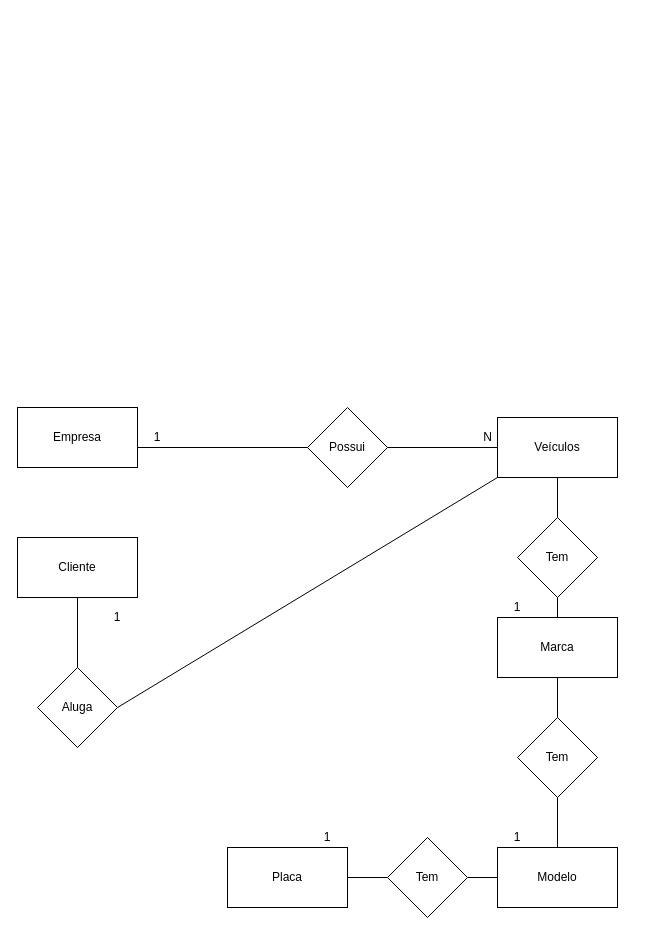
This is page "conceitual" (1 of 2) of exercicios/1.2-exercicio-locadora/senai_ex_1.2_draw.drawio from bren-lari/senai_sprint_1bd, a draw.io file, before an edit. Source tidied: cells renumbered, new cells numbered last; positions are measured from the earlier drawing's top-left corner, leaving out a move shared by most shapes. Both pictures are drawn from the tidied source at 100%, with x=0, y=0 at pixel (17, 407).
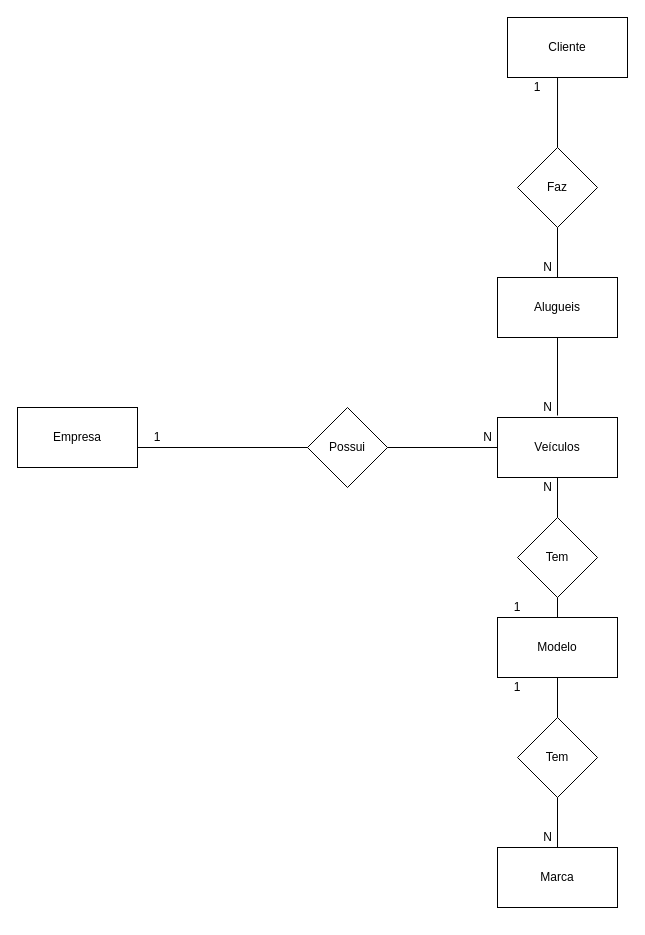
The same page after the edit.

Unchanged cells that the change refers to:
```xml
<mxCell id="3" value="Veículos" style="rounded=0;whiteSpace=wrap;html=1;" parent="1" vertex="1">
  <mxGeometry x="480" y="10" width="120" height="60" as="geometry" />
</mxCell>
```

Change to the diagram source:
```diff
@@
-    <mxCell id="10" value="Marca" style="rounded=0;whiteSpace=wrap;html=1;" parent="1" vertex="1">
+    <mxCell id="10" value="Modelo" style="rounded=0;whiteSpace=wrap;html=1;" parent="1" vertex="1">
       <mxGeometry x="480" y="210" width="120" height="60" as="geometry" />
     </mxCell>
-    <mxCell id="11" value="Placa" style="rounded=0;whiteSpace=wrap;html=1;" parent="1" vertex="1">
-      <mxGeometry x="210" y="440" width="120" height="60" as="geometry" />
-    </mxCell>
     <mxCell id="12" value="Cliente" style="rounded=0;whiteSpace=wrap;html=1;" parent="1" vertex="1">
-      <mxGeometry y="130" width="120" height="60" as="geometry" />
+      <mxGeometry x="490" y="-390" width="120" height="60" as="geometry" />
     </mxCell>
@@
-    <mxCell id="16" value="Modelo" style="rounded=0;whiteSpace=wrap;html=1;" parent="1" vertex="1">
+    <mxCell id="16" value="Marca" style="rounded=0;whiteSpace=wrap;html=1;" parent="1" vertex="1">
       <mxGeometry x="480" y="440" width="120" height="60" as="geometry" />
     </mxCell>
@@
     <mxCell id="21" value="1" style="text;html=1;strokeColor=none;fillColor=none;align=center;verticalAlign=middle;whiteSpace=wrap;rounded=0;" parent="1" vertex="1">
-      <mxGeometry x="480" y="420" width="40" height="20" as="geometry" />
+      <mxGeometry x="480" y="270" width="40" height="20" as="geometry" />
     </mxCell>
-    <mxCell id="22" value="Tem" style="rhombus;whiteSpace=wrap;html=1;" parent="1" vertex="1">
-      <mxGeometry x="370" y="430" width="80" height="80" as="geometry" />
-    </mxCell>
-    <mxCell id="23" style="endArrow=none;html=1;entryX=0;entryY=0.5;entryDx=0;entryDy=0;" parent="1" edge="1" target="16">
-      <mxGeometry relative="1" as="geometry">
-        <mxPoint x="450" y="470" as="sourcePoint" />
-      </mxGeometry>
-    </mxCell>
-    <mxCell id="24" style="endArrow=none;html=1;exitX=1;exitY=0.5;exitDx=0;exitDy=0;" parent="1" edge="1" source="11">
-      <mxGeometry relative="1" as="geometry">
-        <mxPoint x="370" y="470" as="targetPoint" />
-      </mxGeometry>
-    </mxCell>
-    <mxCell id="25" value="Aluga" style="rhombus;whiteSpace=wrap;html=1;" parent="1" vertex="1">
-      <mxGeometry x="20" y="260" width="80" height="80" as="geometry" />
+    <mxCell id="25" value="Faz" style="rhombus;whiteSpace=wrap;html=1;" parent="1" vertex="1">
+      <mxGeometry x="500" y="-260" width="80" height="80" as="geometry" />
     </mxCell>
-    <mxCell id="26" style="endArrow=none;html=1;entryX=0.5;entryY=1;entryDx=0;entryDy=0;" parent="1" edge="1" target="12">
-      <mxGeometry relative="1" as="geometry">
-        <mxPoint x="60" y="260" as="sourcePoint" />
-      </mxGeometry>
-    </mxCell>
     <mxCell id="27" value="1" style="text;html=1;strokeColor=none;fillColor=none;align=center;verticalAlign=middle;whiteSpace=wrap;rounded=0;" parent="1" vertex="1">
-      <mxGeometry x="80" y="200" width="40" height="20" as="geometry" />
+      <mxGeometry x="500" y="-330" width="40" height="20" as="geometry" />
     </mxCell>
-    <mxCell id="28" style="endArrow=none;html=1;entryX=0;entryY=1;entryDx=0;entryDy=0;" parent="1" edge="1" target="3">
-      <mxGeometry relative="1" as="geometry">
-        <mxPoint x="100" y="300" as="sourcePoint" />
-      </mxGeometry>
-    </mxCell>
-    <mxCell id="29" value="1" style="text;html=1;strokeColor=none;fillColor=none;align=center;verticalAlign=middle;whiteSpace=wrap;rounded=0;" parent="1" vertex="1">
-      <mxGeometry x="290" y="420" width="40" height="20" as="geometry" />
-    </mxCell>
+    <mxCell id="30" value="N" style="text;html=1;align=center;verticalAlign=middle;" parent="1" vertex="1">
+      <mxGeometry x="520" y="420" width="20" height="20" as="geometry" />
+    </mxCell>
+    <mxCell id="31" value="N" style="text;html=1;align=center;verticalAlign=middle;" parent="1" vertex="1">
+      <mxGeometry x="520" y="70" width="20" height="20" as="geometry" />
+    </mxCell>
+    <mxCell id="32" style="endArrow=none;html=1;entryX=0.417;entryY=1;entryDx=0;entryDy=0;exitX=0.5;exitY=0;exitDx=0;exitDy=0;entryPerimeter=0;" parent="1" edge="1" source="25" target="12">
+      <mxGeometry relative="1" as="geometry" />
+    </mxCell>
+    <mxCell id="33" value="Alugueis" style="rounded=0;whiteSpace=wrap;html=1;" parent="1" vertex="1">
+      <mxGeometry x="480" y="-130" width="120" height="60" as="geometry" />
+    </mxCell>
+    <mxCell id="34" style="endArrow=none;html=1;exitX=0.5;exitY=0;exitDx=0;exitDy=0;" parent="1" edge="1" source="33">
+      <mxGeometry relative="1" as="geometry">
+        <mxPoint x="540" y="-180" as="targetPoint" />
+      </mxGeometry>
+    </mxCell>
+    <mxCell id="35" style="endArrow=none;html=1;entryX=0.5;entryY=1;entryDx=0;entryDy=0;" parent="1" edge="1" target="33">
+      <mxGeometry relative="1" as="geometry">
+        <mxPoint x="540" y="8" as="sourcePoint" />
+      </mxGeometry>
+    </mxCell>
+    <mxCell id="36" value="N" style="text;html=1;align=center;verticalAlign=middle;" parent="1" vertex="1">
+      <mxGeometry x="520" y="-150" width="20" height="20" as="geometry" />
+    </mxCell>
+    <mxCell id="37" value="N" style="text;html=1;align=center;verticalAlign=middle;" parent="1" vertex="1">
+      <mxGeometry x="520" y="-10" width="20" height="20" as="geometry" />
+    </mxCell>
```
